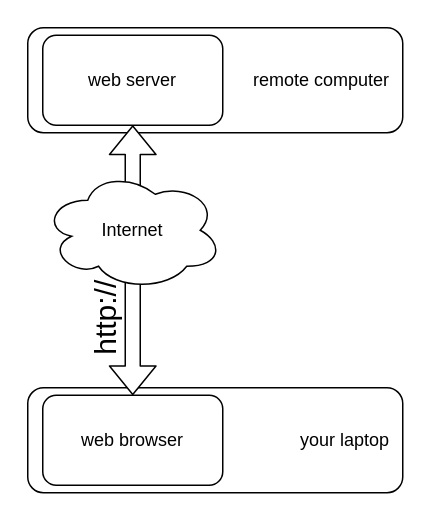
This is media/client-server.dio from ue22-p21/web-intro, a draw.io file, before an edit. Source tidied: cells renumbered, new cells numbered last; positions are measured from the earlier drawing's top-left corner, leaving out a move shared by most shapes. Both pictures are drawn from the tidied source at 150%, with x=0, y=0 at pixel (27, 27).
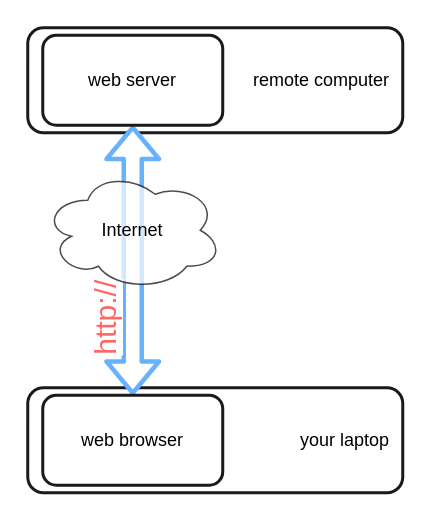
After the change.

What changed in the source:
```diff
@@
 <mxGraphModel background="#ffffff">
   <root>
     <mxCell id="0" />
     <mxCell id="1" parent="0" />
-    <mxCell id="2" value="your laptop&amp;nbsp;&amp;nbsp;" style="rounded=1;whiteSpace=wrap;html=1;align=right;" parent="1" vertex="1">
+    <mxCell id="2" value="your laptop&amp;nbsp;&amp;nbsp;" style="rounded=1;whiteSpace=wrap;html=1;align=right;strokeColor=#1A1A1A;strokeWidth=2;" parent="1" vertex="1">
       <mxGeometry y="240" width="250" height="70" as="geometry" />
     </mxCell>
-    <mxCell id="3" value="&lt;div style=&quot;text-align: right&quot;&gt;&lt;span style=&quot;letter-spacing: 0px&quot;&gt;remote computer&amp;nbsp;&amp;nbsp;&lt;/span&gt;&lt;/div&gt;" style="rounded=1;whiteSpace=wrap;html=1;align=right;" parent="1" vertex="1">
+    <mxCell id="3" value="&lt;div style=&quot;text-align: right&quot;&gt;&lt;span style=&quot;letter-spacing: 0px&quot;&gt;remote computer&amp;nbsp;&amp;nbsp;&lt;/span&gt;&lt;/div&gt;" style="rounded=1;whiteSpace=wrap;html=1;align=right;strokeColor=#1A1A1A;strokeWidth=2;" parent="1" vertex="1">
       <mxGeometry width="250" height="70" as="geometry" />
     </mxCell>
-    <mxCell id="4" style="shape=flexArrow;endArrow=classic;startArrow=classic;html=1;fillColor=#ffffff;exitX=0.5;exitY=0;entryX=0.5;entryY=1;" parent="1" edge="1" source="7" target="6">
+    <mxCell id="4" style="shape=flexArrow;endArrow=classic;startArrow=classic;html=1;fillColor=#ffffff;exitX=0.5;exitY=0;entryX=0.5;entryY=1;strokeWidth=3;strokeColor=#66B2FF;" parent="1" edge="1" source="7" target="6">
       <mxGeometry relative="1" as="geometry" />
     </mxCell>
-    <mxCell id="5" value="&lt;font style=&quot;font-size: 20px&quot;&gt;http://&lt;/font&gt;" style="text;html=1;align=center;verticalAlign=middle;labelBackgroundColor=#ffffff;rotation=-90;" parent="4" vertex="1">
+    <mxCell id="5" value="&lt;font style=&quot;font-size: 20px&quot;&gt;http://&lt;/font&gt;" style="text;html=1;align=center;verticalAlign=middle;labelBackgroundColor=#ffffff;rotation=-90;fontColor=#FF6666;" parent="4" vertex="1">
       <mxGeometry x="0.58" y="1" relative="1" as="geometry">
         <mxPoint x="-19" y="92" as="offset" />
       </mxGeometry>
     </mxCell>
-    <mxCell id="6" value="web server" style="rounded=1;whiteSpace=wrap;html=1;" parent="1" vertex="1">
+    <mxCell id="6" value="web server" style="rounded=1;whiteSpace=wrap;html=1;strokeColor=#1A1A1A;strokeWidth=2;" parent="1" vertex="1">
       <mxGeometry x="10" y="5" width="120" height="60" as="geometry" />
     </mxCell>
-    <mxCell id="7" value="web browser" style="rounded=1;whiteSpace=wrap;html=1;" parent="1" vertex="1">
+    <mxCell id="7" value="web browser" style="rounded=1;whiteSpace=wrap;html=1;strokeColor=#1A1A1A;strokeWidth=2;" parent="1" vertex="1">
       <mxGeometry x="10" y="245" width="120" height="60" as="geometry" />
     </mxCell>
-    <mxCell id="8" value="Internet" style="ellipse;shape=cloud;whiteSpace=wrap;html=1;" parent="1" vertex="1">
+    <mxCell id="8" value="Internet" style="ellipse;shape=cloud;whiteSpace=wrap;html=1;opacity=70;" parent="1" vertex="1">
       <mxGeometry x="10" y="95" width="120" height="80" as="geometry" />
     </mxCell>
   </root>
 </mxGraphModel>
```
